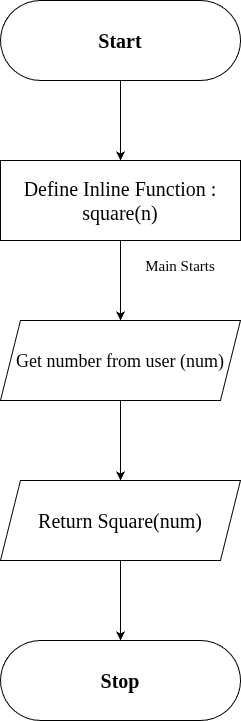
Above: ImplementInline/FlowchartInlineFn.drawio.png in VIGNESHWAR2058/Record-3-and-4 (draw.io), before the change. Source tidied: cells renumbered, new cells last; positions are measured from the earlier drawing's top-left corner, leaving out a move shared by most shapes.
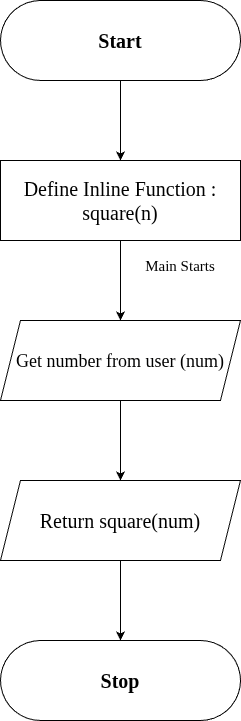
Above is the later version.

What changed in the source:
```diff
@@ -38,7 +38,7 @@
     <mxCell id="13" style="edgeStyle=orthogonalEdgeStyle;rounded=0;jettySize=auto;html=1;fontFamily=Times New Roman;" parent="1" edge="1" source="14" target="16">
       <mxGeometry relative="1" as="geometry" />
     </mxCell>
-    <mxCell id="14" value="&lt;span style=&quot;font-weight: 400;&quot;&gt;Return Square(num)&lt;/span&gt;" style="text;html=1;whiteSpace=wrap;strokeColor=none;fillColor=none;align=center;verticalAlign=middle;rounded=0;fontSize=20;fontStyle=1;fontFamily=Times New Roman;" parent="1" vertex="1">
+    <mxCell id="14" value="&lt;span style=&quot;font-weight: 400;&quot;&gt;Return square(num)&lt;/span&gt;" style="text;html=1;whiteSpace=wrap;strokeColor=none;fillColor=none;align=center;verticalAlign=middle;rounded=0;fontSize=20;fontStyle=1;fontFamily=Times New Roman;" parent="1" vertex="1">
       <mxGeometry y="480" width="240" height="80" as="geometry" />
     </mxCell>
     <mxCell id="15" style="rounded=1;whiteSpace=wrap;html=1;arcSize=50;fontStyle=1;fontFamily=Times New Roman;" parent="1" vertex="1">
```
